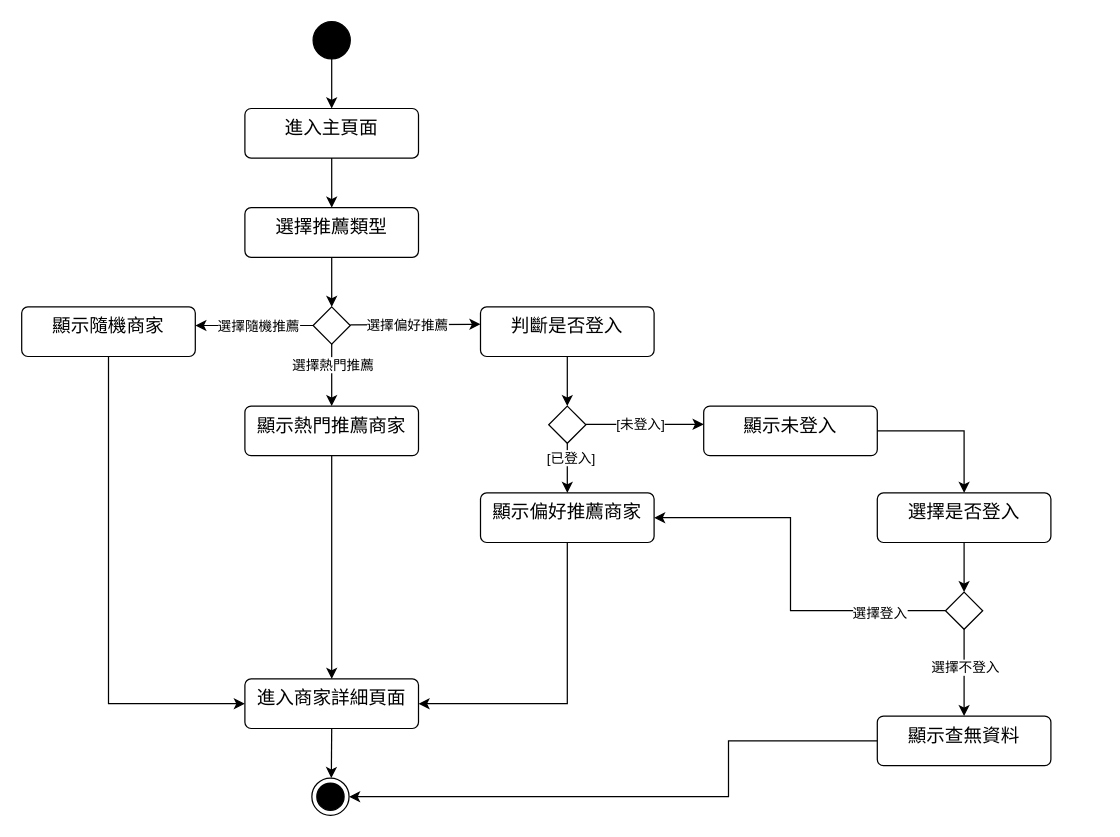
Earlier version of the draw.io diagram page "推薦商家" (8 of 9) of 文件製作/複評檔案/物件導向/活動圖.drawio (Cuddles-Yu/ntub-coding). Source tidied: cells renumbered, new cells numbered last; positions are measured from the earlier drawing's top-left corner, leaving out a move shared by most shapes. Both pictures are drawn from the tidied source at 124%, with x=0, y=0 at pixel (21, 21).
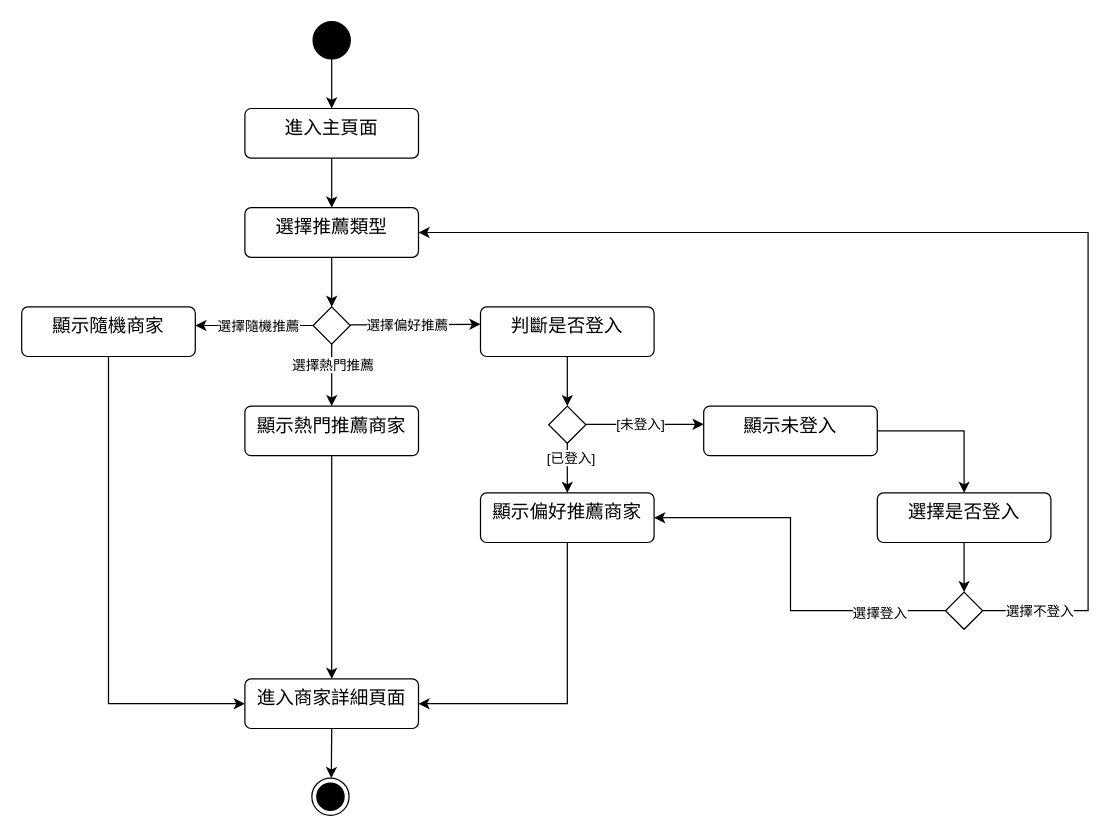
The same page after the edit.

The change refers to these unchanged cells:
```xml
<mxCell id="6" value="&lt;font style=&quot;font-size: 15px;&quot;&gt;選擇推薦&lt;/font&gt;&lt;span style=&quot;font-size: 15px;&quot;&gt;類型&lt;/span&gt;" style="html=1;align=center;verticalAlign=top;rounded=1;absoluteArcSize=1;arcSize=10;dashed=0;whiteSpace=wrap;" parent="1" vertex="1">
  <mxGeometry x="180" y="150" width="140" height="40" as="geometry" />
</mxCell>
<mxCell id="12" style="ellipse;html=1;shape=endState;fillColor=strokeColor;" parent="1" vertex="1">
  <mxGeometry x="234" y="610" width="30" height="30" as="geometry" />
</mxCell>
<mxCell id="34" style="rhombus;" parent="1" vertex="1">
  <mxGeometry x="745" y="460" width="30" height="30" as="geometry" />
</mxCell>
```

What changed in the source:
```diff
@@
-    <mxCell id="38" value="&lt;span style=&quot;font-size: 15px;&quot;&gt;顯示查無資料&lt;/span&gt;" style="html=1;align=center;verticalAlign=top;rounded=1;absoluteArcSize=1;arcSize=10;dashed=0;whiteSpace=wrap;" parent="1" vertex="1">
-      <mxGeometry x="690" y="560" width="140" height="40" as="geometry" />
-    </mxCell>
-    <mxCell id="39" style="endArrow=classic;html=1;rounded=0;exitX=0.5;exitY=1;exitDx=0;exitDy=0;entryX=0.5;entryY=0;entryDx=0;entryDy=0;" parent="1" edge="1" source="34" target="38">
-      <mxGeometry relative="1" as="geometry">
-        <Array as="points">
-          <mxPoint x="760" y="560" />
-        </Array>
-      </mxGeometry>
-    </mxCell>
+    <mxCell id="42" style="endArrow=classic;html=1;rounded=0;exitX=1;exitY=0.5;exitDx=0;exitDy=0;entryX=1;entryY=0.5;entryDx=0;entryDy=0;" parent="1" edge="1" source="34" target="6">
+      <mxGeometry relative="1" as="geometry">
+        <Array as="points">
+          <mxPoint x="860" y="475" />
+          <mxPoint x="860" y="170" />
+        </Array>
+      </mxGeometry>
+    </mxCell>
-    <mxCell id="40" value="選擇不登入" style="edgeLabel;html=1;align=center;verticalAlign=middle;" parent="39" vertex="1">
-      <mxGeometry x="-0.68" y="1" relative="1" as="geometry">
-        <mxPoint x="-1" y="19" as="offset" />
+    <mxCell id="40" value="選擇不登入" style="edgeLabel;html=1;align=center;verticalAlign=middle;" parent="42" vertex="1">
+      <mxGeometry relative="1" as="geometry">
+        <mxPoint x="35" y="305" as="offset" />
       </mxGeometry>
     </mxCell>
-    <mxCell id="41" style="endArrow=classic;html=1;rounded=0;exitX=0;exitY=0.5;exitDx=0;exitDy=0;entryX=1;entryY=0.5;entryDx=0;entryDy=0;" parent="1" edge="1" source="38" target="12">
-      <mxGeometry relative="1" as="geometry">
-        <Array as="points">
-          <mxPoint x="570" y="580" />
-          <mxPoint x="570" y="625" />
-        </Array>
-      </mxGeometry>
-    </mxCell>
```
